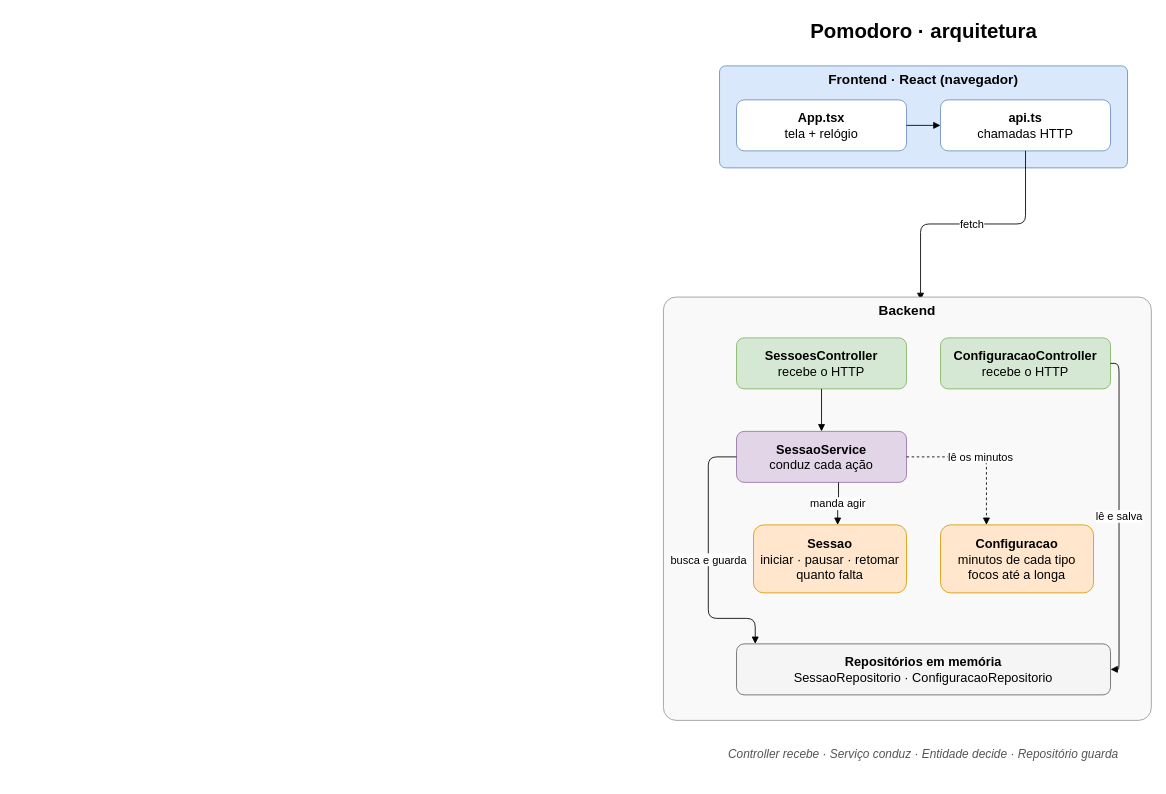
This is arquitetura.drawio from OtavioCordeiro/pomodoro-app-inicio, a draw.io file, before an edit. Source tidied: cells renumbered, new cells numbered last; positions are measured from the earlier drawing's top-left corner, leaving out a move shared by most shapes. Both pictures are drawn from the tidied source at 85%, with x=0, y=0 at pixel (663, 14).
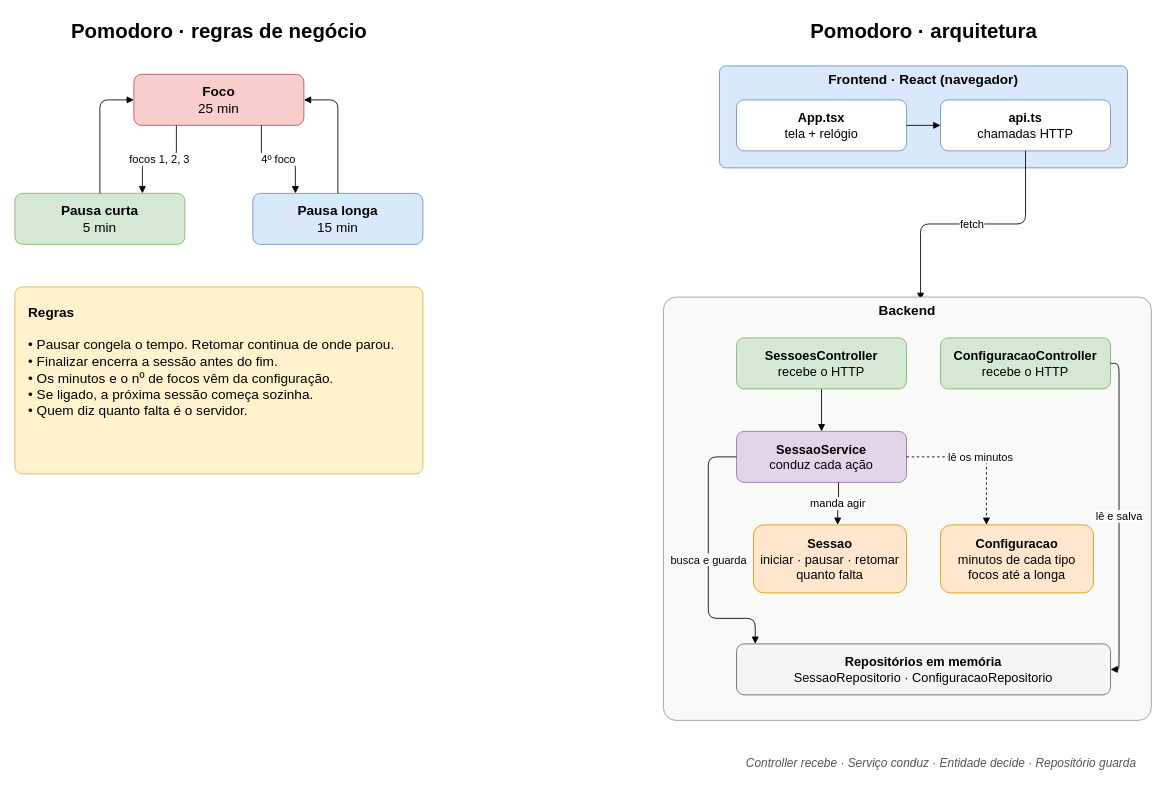
The same diagram, later.

Commit message (it also covers changes not shown here):
Refactor code structure for improved readability and maintainability

Change to the diagram source:
```diff
@@
+    <mxCell id="21" value="Pomodoro · regras de negócio" style="text;html=1;align=center;verticalAlign=middle;fontSize=24;fontStyle=1;" parent="1" vertex="1">
+      <mxGeometry x="-763" width="480" height="40" as="geometry" />
+    </mxCell>
+    <mxCell id="22" value="&lt;b&gt;Foco&lt;/b&gt;&lt;br&gt;25 min" style="rounded=1;whiteSpace=wrap;html=1;fillColor=#f8cecc;strokeColor=#b85450;fontSize=16;" parent="1" vertex="1">
+      <mxGeometry x="-623" y="70" width="200" height="60" as="geometry" />
+    </mxCell>
+    <mxCell id="23" value="&lt;b&gt;Pausa curta&lt;/b&gt;&lt;br&gt;5 min" style="rounded=1;whiteSpace=wrap;html=1;fillColor=#d5e8d4;strokeColor=#82b366;fontSize=16;" parent="1" vertex="1">
+      <mxGeometry x="-763" y="210" width="200" height="60" as="geometry" />
+    </mxCell>
+    <mxCell id="24" value="&lt;b&gt;Pausa longa&lt;/b&gt;&lt;br&gt;15 min" style="rounded=1;whiteSpace=wrap;html=1;fillColor=#dae8fc;strokeColor=#6c8ebf;fontSize=16;" parent="1" vertex="1">
+      <mxGeometry x="-483" y="210" width="200" height="60" as="geometry" />
+    </mxCell>
+    <mxCell id="25" value="focos 1, 2, 3" style="edgeStyle=orthogonalEdgeStyle;html=1;endArrow=block;fontSize=13;exitX=0.25;exitY=1;entryX=0.75;entryY=0;" parent="1" edge="1" source="22" target="23">
+      <mxGeometry relative="1" as="geometry" />
+    </mxCell>
+    <mxCell id="26" style="edgeStyle=orthogonalEdgeStyle;html=1;endArrow=block;exitX=0.5;exitY=0;entryX=0;entryY=0.5;" parent="1" edge="1" source="23" target="22">
+      <mxGeometry relative="1" as="geometry">
+        <Array as="points">
+          <mxPoint x="-663" y="100" />
+        </Array>
+      </mxGeometry>
+    </mxCell>
+    <mxCell id="27" value="4º foco" style="edgeStyle=orthogonalEdgeStyle;html=1;endArrow=block;fontSize=13;exitX=0.75;exitY=1;entryX=0.25;entryY=0;" parent="1" edge="1" source="22" target="24">
+      <mxGeometry relative="1" as="geometry" />
+    </mxCell>
+    <mxCell id="28" style="edgeStyle=orthogonalEdgeStyle;html=1;endArrow=block;exitX=0.5;exitY=0;entryX=1;entryY=0.5;" parent="1" edge="1" source="24" target="22">
+      <mxGeometry relative="1" as="geometry">
+        <Array as="points">
+          <mxPoint x="-383" y="100" />
+        </Array>
+      </mxGeometry>
+    </mxCell>
+    <mxCell id="29" value="&lt;font style=&quot;font-size: 16px;&quot;&gt;&lt;b style=&quot;&quot;&gt;Regras&lt;/b&gt;&lt;br&gt;&lt;br&gt;• Pausar congela o tempo. Retomar continua de onde parou.&lt;br&gt;• Finalizar encerra a sessão antes do fim.&lt;br&gt;• Os minutos e o nº de focos vêm da configuração.&lt;br&gt;• Se ligado, a próxima sessão começa sozinha.&lt;br&gt;• Quem diz quanto falta é o servidor.&lt;/font&gt;" style="rounded=1;whiteSpace=wrap;html=1;fillColor=#fff2cc;strokeColor=#d6b656;fontSize=15;align=left;verticalAlign=top;spacing=16;arcSize=4;" parent="1" vertex="1">
+      <mxGeometry x="-763" y="320" width="480" height="220" as="geometry" />
+    </mxCell>
     <mxCell id="20" value="Controller recebe · Serviço conduz · Entidade decide · Repositório guarda" style="text;html=1;align=center;verticalAlign=middle;fontSize=14;fontStyle=2;fontColor=#555555;whiteSpace=wrap;" parent="1" vertex="1">
-      <mxGeometry x="66" y="850" width="480" height="40" as="geometry" />
+      <mxGeometry x="87" y="860" width="480" height="40" as="geometry" />
     </mxCell>
```
